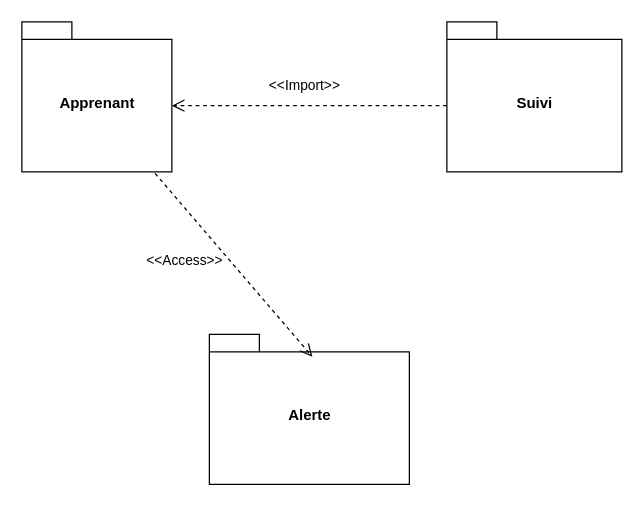
EpsilonCoder/E-Suivi-diagramme keeps this draw.io diagram as page "Page-1" (1 of 2) of Untitled Diagram.drawio. Above is the earlier version. Source tidied: cells renumbered, new cells numbered last; positions are measured from the earlier drawing's top-left corner, leaving out a move shared by most shapes. Both pictures are drawn from the tidied source at 125%, with x=0, y=0 at pixel (21, 21).
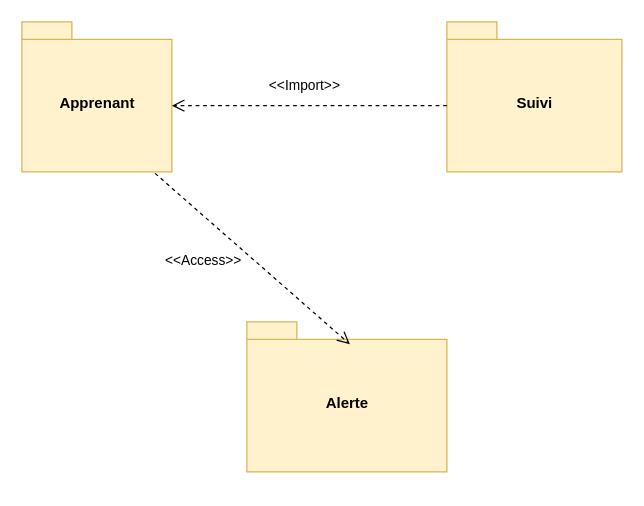
The same diagram, later.

Commit message:
User-Case-Admin

Diff of the diagram source:
```diff
@@
 <mxGraphModel>
   <root>
     <mxCell id="0" />
     <mxCell id="1" parent="0" />
-    <mxCell id="2" value="Apprenant" style="shape=folder;fontStyle=1;spacingTop=10;tabWidth=40;tabHeight=14;tabPosition=left;html=1;" parent="1" vertex="1">
+    <mxCell id="2" value="Apprenant" style="shape=folder;fontStyle=1;spacingTop=10;tabWidth=40;tabHeight=14;tabPosition=left;html=1;fillColor=#fff2cc;strokeColor=#d6b656;" parent="1" vertex="1">
       <mxGeometry width="120" height="120" as="geometry" />
     </mxCell>
-    <mxCell id="3" value="Suivi" style="shape=folder;fontStyle=1;spacingTop=10;tabWidth=40;tabHeight=14;tabPosition=left;html=1;" parent="1" vertex="1">
+    <mxCell id="3" value="Suivi" style="shape=folder;fontStyle=1;spacingTop=10;tabWidth=40;tabHeight=14;tabPosition=left;html=1;fillColor=#fff2cc;strokeColor=#d6b656;" parent="1" vertex="1">
       <mxGeometry x="340" width="140" height="120" as="geometry" />
     </mxCell>
-    <mxCell id="4" value="Alerte" style="shape=folder;fontStyle=1;spacingTop=10;tabWidth=40;tabHeight=14;tabPosition=left;html=1;" parent="1" vertex="1">
-      <mxGeometry x="150" y="250" width="160" height="120" as="geometry" />
+    <mxCell id="4" value="Alerte" style="shape=folder;fontStyle=1;spacingTop=10;tabWidth=40;tabHeight=14;tabPosition=left;html=1;fillColor=#fff2cc;strokeColor=#d6b656;" parent="1" vertex="1">
+      <mxGeometry x="180" y="240" width="160" height="120" as="geometry" />
     </mxCell>
     <mxCell id="5" value="&amp;lt;&amp;lt;Import&amp;gt;&amp;gt;" style="html=1;verticalAlign=bottom;endArrow=open;dashed=1;endSize=8;rounded=0;exitX=0;exitY=0;exitDx=0;exitDy=67;exitPerimeter=0;entryX=0;entryY=0;entryDx=120;entryDy=67;entryPerimeter=0;" parent="1" edge="1" source="3" target="2">
       <mxGeometry x="0.04" y="-7" relative="1" as="geometry" />
     </mxCell>
     <mxCell id="6" value="&amp;lt;&amp;lt;Access&amp;gt;&amp;gt;" style="html=1;verticalAlign=bottom;endArrow=open;dashed=1;endSize=8;rounded=0;exitX=0.888;exitY=1.01;exitDx=0;exitDy=0;exitPerimeter=0;entryX=0.515;entryY=0.149;entryDx=0;entryDy=0;entryPerimeter=0;" parent="1" edge="1" source="2" target="4">
       <mxGeometry x="-0.22" y="-34" relative="1" as="geometry" />
     </mxCell>
   </root>
 </mxGraphModel>
```
